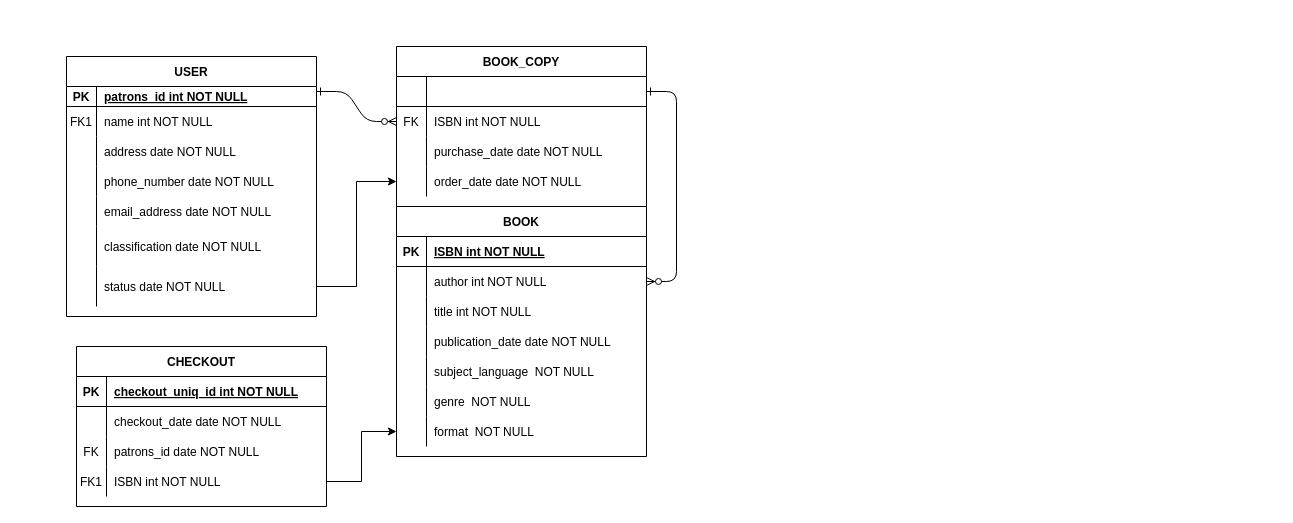
JaikishanMK0701/Projects keeps this draw.io diagram as Untitled Diagram.drawio. Above is the earlier version. Source tidied: cells renumbered, new cells numbered last; positions are measured from the earlier drawing's top-left corner, leaving out a move shared by most shapes. Both pictures are drawn from the tidied source at 100%, with x=0, y=0 at pixel (66, 46).
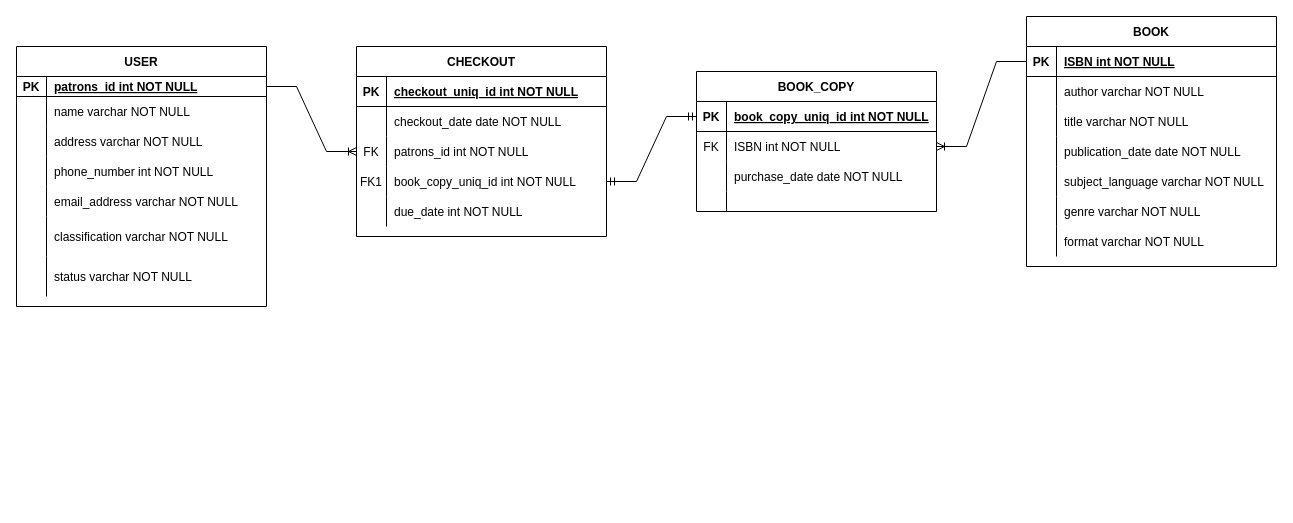
After the change.

The change refers to these unchanged cells:
```xml
<mxCell id="18" style="shape=partialRectangle;fillColor=none;points=[[0,0.5],[1,0.5]];portConstraint=eastwest;top=0;left=0;right=0;bottom=1;" parent="17" vertex="1">
  <mxGeometry y="30" width="250" height="30" as="geometry" />
</mxCell>
<mxCell id="21" style="shape=partialRectangle;fillColor=none;points=[[0,0.5],[1,0.5]];portConstraint=eastwest;top=0;left=0;right=0;bottom=0;" parent="17" vertex="1">
  <mxGeometry y="60" width="250" height="30" as="geometry" />
</mxCell>
<mxCell id="24" style="shape=partialRectangle;fillColor=none;top=0;left=0;right=0;bottom=0;" parent="17" vertex="1">
  <mxGeometry y="90" width="250" height="30" as="geometry" />
</mxCell>
<mxCell id="30" style="shape=partialRectangle;fillColor=none;top=0;left=0;right=0;bottom=0;" parent="17" vertex="1">
  <mxGeometry y="150" width="250" height="30" as="geometry" />
</mxCell>
<mxCell id="33" style="shape=partialRectangle;fillColor=none;top=0;left=0;right=0;bottom=0;" parent="17" vertex="1">
  <mxGeometry y="180" width="250" height="30" as="geometry" />
</mxCell>
<mxCell id="36" style="shape=partialRectangle;fillColor=none;points=[[0,0.5],[1,0.5]];portConstraint=eastwest;top=0;left=0;right=0;bottom=0;" parent="17" vertex="1">
  <mxGeometry y="210" width="250" height="30" as="geometry" />
</mxCell>
<mxCell id="46" style="shape=partialRectangle;fillColor=none;points=[[0,0.5],[1,0.5]];portConstraint=eastwest;top=0;left=0;right=0;bottom=0;" parent="39" vertex="1">
  <mxGeometry y="90" width="250" height="30" as="geometry" />
</mxCell>
<mxCell id="53" style="shape=partialRectangle;fillColor=none;points=[[0,0.5],[1,0.5]];portConstraint=eastwest;top=0;left=0;right=0;bottom=1;" parent="52" vertex="1">
  <mxGeometry y="30" width="250" height="20" as="geometry" />
</mxCell>
<mxCell id="56" style="shape=partialRectangle;fillColor=none;top=0;left=0;right=0;bottom=0;" parent="52" vertex="1">
  <mxGeometry y="50" width="250" height="30" as="geometry" />
</mxCell>
<mxCell id="59" style="shape=partialRectangle;fillColor=none;top=0;left=0;right=0;bottom=0;" parent="52" vertex="1">
  <mxGeometry y="80" width="250" height="30" as="geometry" />
</mxCell>
<mxCell id="62" style="shape=partialRectangle;fillColor=none;top=0;left=0;right=0;bottom=0;" parent="52" vertex="1">
  <mxGeometry y="110" width="250" height="30" as="geometry" />
</mxCell>
<mxCell id="65" style="shape=partialRectangle;fillColor=none;top=0;left=0;right=0;bottom=0;" parent="52" vertex="1">
  <mxGeometry y="140" width="250" height="30" as="geometry" />
</mxCell>
<mxCell id="68" style="shape=partialRectangle;fillColor=none;top=0;left=0;right=0;bottom=0;" parent="52" vertex="1">
  <mxGeometry y="170" width="250" height="40" as="geometry" />
</mxCell>
<mxCell id="71" style="shape=partialRectangle;fillColor=none;points=[[0,0.5],[1,0.5]];portConstraint=eastwest;top=0;left=0;right=0;bottom=0;" parent="52" vertex="1">
  <mxGeometry y="210" width="250" height="40" as="geometry" />
</mxCell>
```

Change to the diagram source:
```diff
@@
-    <mxCell id="2" style="edgeStyle=entityRelationEdgeStyle;endArrow=ERzeroToMany;startArrow=ERone;endFill=1;startFill=0;" parent="1" edge="1" target="8">
-      <mxGeometry relative="1" as="geometry">
-        <mxPoint x="250" y="45" as="sourcePoint" />
-      </mxGeometry>
-    </mxCell>
-    <mxCell id="3" style="edgeStyle=entityRelationEdgeStyle;endArrow=ERzeroToMany;startArrow=ERone;endFill=1;startFill=0;" parent="1" edge="1" source="5" target="21">
-      <mxGeometry relative="1" as="geometry" />
-    </mxCell>
     <mxCell id="4" value="BOOK_COPY" style="shape=table;startSize=30;childLayout=tableLayout;rowLines=0;fontStyle=1;align=center;" parent="1" vertex="1">
-      <mxGeometry x="330" width="250" height="160" as="geometry" />
+      <mxGeometry x="630" y="25" width="240" height="140" as="geometry" />
     </mxCell>
     <mxCell id="5" style="shape=partialRectangle;fillColor=none;points=[[0,0.5],[1,0.5]];portConstraint=eastwest;top=0;left=0;right=0;bottom=1;" parent="4" vertex="1">
-      <mxGeometry y="30" width="250" height="30" as="geometry" />
+      <mxGeometry y="30" width="240" height="30" as="geometry" />
     </mxCell>
-    <mxCell id="6" style="shape=partialRectangle;overflow=hidden;fillColor=none;top=0;left=0;bottom=0;right=0;fontStyle=1;" parent="5" vertex="1">
+    <mxCell id="6" value="PK" style="shape=partialRectangle;overflow=hidden;fillColor=none;top=0;left=0;bottom=0;right=0;fontStyle=1;" parent="5" vertex="1">
       <mxGeometry width="30" height="30" as="geometry" />
     </mxCell>
-    <mxCell id="7" style="shape=partialRectangle;overflow=hidden;fillColor=none;top=0;left=0;bottom=0;right=0;align=left;spacingLeft=6;fontStyle=5;" parent="5" vertex="1">
-      <mxGeometry x="30" width="220" height="30" as="geometry" />
+    <mxCell id="7" value="book_copy_uniq_id int NOT NULL" style="shape=partialRectangle;overflow=hidden;fillColor=none;top=0;left=0;bottom=0;right=0;align=left;spacingLeft=6;fontStyle=5;" parent="5" vertex="1">
+      <mxGeometry x="30" width="210" height="30" as="geometry" />
     </mxCell>
     <mxCell id="8" style="shape=partialRectangle;fillColor=none;points=[[0,0.5],[1,0.5]];portConstraint=eastwest;top=0;left=0;right=0;bottom=0;" parent="4" vertex="1">
-      <mxGeometry y="60" width="250" height="30" as="geometry" />
+      <mxGeometry y="60" width="240" height="30" as="geometry" />
     </mxCell>
@@
     <mxCell id="10" value="ISBN int NOT NULL" style="shape=partialRectangle;overflow=hidden;fillColor=none;top=0;left=0;bottom=0;right=0;align=left;spacingLeft=6;" parent="8" vertex="1">
-      <mxGeometry x="30" width="220" height="30" as="geometry" />
+      <mxGeometry x="30" width="210" height="30" as="geometry" />
     </mxCell>
     <mxCell id="11" style="shape=partialRectangle;fillColor=none;top=0;left=0;right=0;bottom=0;" parent="4" vertex="1">
-      <mxGeometry y="90" width="250" height="30" as="geometry" />
+      <mxGeometry y="90" width="240" height="30" as="geometry" />
     </mxCell>
@@
     <mxCell id="13" value="purchase_date date NOT NULL" style="shape=partialRectangle;overflow=hidden;fillColor=none;top=0;left=0;bottom=0;right=0;align=left;spacingLeft=6;" parent="11" vertex="1">
-      <mxGeometry x="30" width="220" height="30" as="geometry" />
+      <mxGeometry x="30" width="210" height="30" as="geometry" />
     </mxCell>
     <mxCell id="14" style="shape=partialRectangle;fillColor=none;points=[[0,0.5],[1,0.5]];portConstraint=eastwest;top=0;left=0;right=0;bottom=0;" parent="4" vertex="1">
-      <mxGeometry y="120" width="250" height="30" as="geometry" />
+      <mxGeometry y="120" width="240" height="20" as="geometry" />
     </mxCell>
     <mxCell id="15" style="shape=partialRectangle;overflow=hidden;fillColor=none;top=0;left=0;bottom=0;right=0;" parent="14" vertex="1">
-      <mxGeometry width="30" height="30" as="geometry" />
+      <mxGeometry width="30" height="20" as="geometry" />
     </mxCell>
-    <mxCell id="16" value="order_date date NOT NULL" style="shape=partialRectangle;overflow=hidden;fillColor=none;top=0;left=0;bottom=0;right=0;align=left;spacingLeft=6;" parent="14" vertex="1">
-      <mxGeometry x="30" width="220" height="30" as="geometry" />
+    <mxCell id="16" style="shape=partialRectangle;overflow=hidden;fillColor=none;top=0;left=0;bottom=0;right=0;align=left;spacingLeft=6;" parent="14" vertex="1">
+      <mxGeometry x="30" width="210" height="20" as="geometry" />
     </mxCell>
     <mxCell id="17" value="BOOK" style="shape=table;startSize=30;childLayout=tableLayout;rowLines=0;fontStyle=1;align=center;" parent="1" vertex="1">
-      <mxGeometry x="330" y="160" width="250" height="250" as="geometry" />
+      <mxGeometry x="960" y="-30" width="250" height="250" as="geometry" />
     </mxCell>
@@
-    <mxCell id="23" value="author int NOT NULL" style="shape=partialRectangle;overflow=hidden;fillColor=none;top=0;left=0;bottom=0;right=0;align=left;spacingLeft=6;" parent="21" vertex="1">
+    <mxCell id="23" value="author varchar NOT NULL" style="shape=partialRectangle;overflow=hidden;fillColor=none;top=0;left=0;bottom=0;right=0;align=left;spacingLeft=6;" parent="21" vertex="1">
       <mxGeometry x="30" width="220" height="30" as="geometry" />
     </mxCell>
@@
-    <mxCell id="26" value="title int NOT NULL" style="shape=partialRectangle;overflow=hidden;fillColor=none;top=0;left=0;bottom=0;right=0;align=left;spacingLeft=6;" parent="24" vertex="1">
+    <mxCell id="26" value="title varchar NOT NULL" style="shape=partialRectangle;overflow=hidden;fillColor=none;top=0;left=0;bottom=0;right=0;align=left;spacingLeft=6;" parent="24" vertex="1">
       <mxGeometry x="30" width="220" height="30" as="geometry" />
     </mxCell>
@@
-    <mxCell id="32" value="subject_language  NOT NULL" style="shape=partialRectangle;overflow=hidden;fillColor=none;top=0;left=0;bottom=0;right=0;align=left;spacingLeft=6;" parent="30" vertex="1">
+    <mxCell id="32" value="subject_language varchar NOT NULL" style="shape=partialRectangle;overflow=hidden;fillColor=none;top=0;left=0;bottom=0;right=0;align=left;spacingLeft=6;" parent="30" vertex="1">
       <mxGeometry x="30" width="220" height="30" as="geometry" />
     </mxCell>
@@
-    <mxCell id="35" value="genre  NOT NULL" style="shape=partialRectangle;overflow=hidden;fillColor=none;top=0;left=0;bottom=0;right=0;align=left;spacingLeft=6;" parent="33" vertex="1">
+    <mxCell id="35" value="genre varchar NOT NULL" style="shape=partialRectangle;overflow=hidden;fillColor=none;top=0;left=0;bottom=0;right=0;align=left;spacingLeft=6;" parent="33" vertex="1">
       <mxGeometry x="30" width="220" height="30" as="geometry" />
     </mxCell>
@@
-    <mxCell id="38" value="format  NOT NULL" style="shape=partialRectangle;overflow=hidden;fillColor=none;top=0;left=0;bottom=0;right=0;align=left;spacingLeft=6;" parent="36" vertex="1">
+    <mxCell id="38" value="format varchar NOT NULL" style="shape=partialRectangle;overflow=hidden;fillColor=none;top=0;left=0;bottom=0;right=0;align=left;spacingLeft=6;" parent="36" vertex="1">
       <mxGeometry x="30" width="220" height="30" as="geometry" />
     </mxCell>
     <mxCell id="39" value="CHECKOUT" style="shape=table;startSize=30;childLayout=tableLayout;rowLines=0;fontStyle=1;align=center;" parent="1" vertex="1">
-      <mxGeometry x="10" y="300" width="250" height="160" as="geometry" />
+      <mxGeometry x="290" width="250" height="190" as="geometry" />
     </mxCell>
@@
-    <mxCell id="48" value="patrons_id date NOT NULL" style="shape=partialRectangle;overflow=hidden;fillColor=none;top=0;left=0;bottom=0;right=0;align=left;spacingLeft=6;" parent="46" vertex="1">
+    <mxCell id="48" value="patrons_id int NOT NULL" style="shape=partialRectangle;overflow=hidden;fillColor=none;top=0;left=0;bottom=0;right=0;align=left;spacingLeft=6;" parent="46" vertex="1">
       <mxGeometry x="30" width="220" height="30" as="geometry" />
     </mxCell>
+    <mxCell id="76" style="shape=partialRectangle;fillColor=none;points=[[0,0.5],[1,0.5]];portConstraint=eastwest;top=0;left=0;right=0;bottom=0;" parent="39" vertex="1">
+      <mxGeometry y="120" width="250" height="30" as="geometry" />
+    </mxCell>
+    <mxCell id="77" value="FK1" style="shape=partialRectangle;overflow=hidden;fillColor=none;top=0;left=0;bottom=0;right=0;" parent="76" vertex="1">
+      <mxGeometry width="30" height="30" as="geometry" />
+    </mxCell>
+    <mxCell id="78" value="book_copy_uniq_id int NOT NULL" style="shape=partialRectangle;overflow=hidden;fillColor=none;top=0;left=0;bottom=0;right=0;align=left;spacingLeft=6;" parent="76" vertex="1">
+      <mxGeometry x="30" width="220" height="30" as="geometry" />
+    </mxCell>
     <mxCell id="49" style="shape=partialRectangle;fillColor=none;points=[[0,0.5],[1,0.5]];portConstraint=eastwest;top=0;left=0;right=0;bottom=0;" parent="39" vertex="1">
-      <mxGeometry y="120" width="250" height="30" as="geometry" />
+      <mxGeometry y="150" width="250" height="30" as="geometry" />
     </mxCell>
-    <mxCell id="50" value="FK1" style="shape=partialRectangle;overflow=hidden;fillColor=none;top=0;left=0;bottom=0;right=0;" parent="49" vertex="1">
+    <mxCell id="50" style="shape=partialRectangle;overflow=hidden;fillColor=none;top=0;left=0;bottom=0;right=0;" parent="49" vertex="1">
       <mxGeometry width="30" height="30" as="geometry" />
     </mxCell>
-    <mxCell id="51" value="ISBN int NOT NULL" style="shape=partialRectangle;overflow=hidden;fillColor=none;top=0;left=0;bottom=0;right=0;align=left;spacingLeft=6;" parent="49" vertex="1">
+    <mxCell id="51" value="due_date int NOT NULL" style="shape=partialRectangle;overflow=hidden;fillColor=none;top=0;left=0;bottom=0;right=0;align=left;spacingLeft=6;" parent="49" vertex="1">
       <mxGeometry x="30" width="220" height="30" as="geometry" />
     </mxCell>
     <mxCell id="52" value="USER" style="shape=table;startSize=30;childLayout=tableLayout;rowLines=0;fontStyle=1;align=center;" parent="1" vertex="1">
-      <mxGeometry y="10" width="250" height="260" as="geometry" />
+      <mxGeometry x="-50" width="250" height="260" as="geometry" />
     </mxCell>
@@
-    <mxCell id="57" value="FK1" style="shape=partialRectangle;overflow=hidden;fillColor=none;top=0;left=0;bottom=0;right=0;" parent="56" vertex="1">
+    <mxCell id="57" style="shape=partialRectangle;overflow=hidden;fillColor=none;top=0;left=0;bottom=0;right=0;" parent="56" vertex="1">
       <mxGeometry width="30" height="30" as="geometry" />
     </mxCell>
-    <mxCell id="58" value="name int NOT NULL" style="shape=partialRectangle;overflow=hidden;fillColor=none;top=0;left=0;bottom=0;right=0;align=left;spacingLeft=6;" parent="56" vertex="1">
+    <mxCell id="58" value="name varchar NOT NULL" style="shape=partialRectangle;overflow=hidden;fillColor=none;top=0;left=0;bottom=0;right=0;align=left;spacingLeft=6;" parent="56" vertex="1">
       <mxGeometry x="30" width="220" height="30" as="geometry" />
     </mxCell>
@@
-    <mxCell id="61" value="address date NOT NULL" style="shape=partialRectangle;overflow=hidden;fillColor=none;top=0;left=0;bottom=0;right=0;align=left;spacingLeft=6;" parent="59" vertex="1">
+    <mxCell id="61" value="address varchar NOT NULL" style="shape=partialRectangle;overflow=hidden;fillColor=none;top=0;left=0;bottom=0;right=0;align=left;spacingLeft=6;" parent="59" vertex="1">
       <mxGeometry x="30" width="220" height="30" as="geometry" />
     </mxCell>
@@
-    <mxCell id="64" value="phone_number date NOT NULL" style="shape=partialRectangle;overflow=hidden;fillColor=none;top=0;left=0;bottom=0;right=0;align=left;spacingLeft=6;" parent="62" vertex="1">
+    <mxCell id="64" value="phone_number int NOT NULL" style="shape=partialRectangle;overflow=hidden;fillColor=none;top=0;left=0;bottom=0;right=0;align=left;spacingLeft=6;" parent="62" vertex="1">
       <mxGeometry x="30" width="220" height="30" as="geometry" />
     </mxCell>
@@
-    <mxCell id="67" value="email_address date NOT NULL" style="shape=partialRectangle;overflow=hidden;fillColor=none;top=0;left=0;bottom=0;right=0;align=left;spacingLeft=6;" parent="65" vertex="1">
+    <mxCell id="67" value="email_address varchar NOT NULL" style="shape=partialRectangle;overflow=hidden;fillColor=none;top=0;left=0;bottom=0;right=0;align=left;spacingLeft=6;" parent="65" vertex="1">
       <mxGeometry x="30" width="220" height="30" as="geometry" />
     </mxCell>
@@
-    <mxCell id="70" value="classification date NOT NULL" style="shape=partialRectangle;overflow=hidden;fillColor=none;top=0;left=0;bottom=0;right=0;align=left;spacingLeft=6;" parent="68" vertex="1">
+    <mxCell id="70" value="classification varchar NOT NULL" style="shape=partialRectangle;overflow=hidden;fillColor=none;top=0;left=0;bottom=0;right=0;align=left;spacingLeft=6;" parent="68" vertex="1">
       <mxGeometry x="30" width="220" height="40" as="geometry" />
     </mxCell>
@@
-    <mxCell id="73" value="status date NOT NULL" style="shape=partialRectangle;overflow=hidden;fillColor=none;top=0;left=0;bottom=0;right=0;align=left;spacingLeft=6;" parent="71" vertex="1">
+    <mxCell id="73" value="status varchar NOT NULL" style="shape=partialRectangle;overflow=hidden;fillColor=none;top=0;left=0;bottom=0;right=0;align=left;spacingLeft=6;" parent="71" vertex="1">
       <mxGeometry x="30" width="220" height="40" as="geometry" />
     </mxCell>
-    <mxCell id="74" style="edgeStyle=orthogonalEdgeStyle;rounded=0;jettySize=auto;html=1;" parent="1" edge="1" source="71" target="14">
-      <mxGeometry relative="1" as="geometry" />
-    </mxCell>
-    <mxCell id="75" style="edgeStyle=orthogonalEdgeStyle;rounded=0;jettySize=auto;html=1;" parent="1" edge="1" source="49" target="36">
-      <mxGeometry relative="1" as="geometry" />
-    </mxCell>
+    <mxCell id="79" style="edgeStyle=entityRelationEdgeStyle;fontSize=12;html=1;endArrow=ERmandOne;startArrow=ERmandOne;rounded=0;entryX=1;entryY=0.5;entryDx=0;entryDy=0;exitX=0;exitY=0.5;exitDx=0;exitDy=0;" parent="1" edge="1" source="5" target="76">
+      <mxGeometry relative="1" as="geometry" />
+    </mxCell>
+    <mxCell id="80" style="edgeStyle=entityRelationEdgeStyle;fontSize=12;html=1;endArrow=ERoneToMany;rounded=0;exitX=0;exitY=0.5;exitDx=0;exitDy=0;entryX=1;entryY=0.5;entryDx=0;entryDy=0;" parent="1" edge="1" source="18" target="8">
+      <mxGeometry relative="1" as="geometry" />
+    </mxCell>
+    <mxCell id="81" style="edgeStyle=entityRelationEdgeStyle;fontSize=12;html=1;endArrow=ERoneToMany;rounded=0;exitX=1;exitY=0.5;exitDx=0;exitDy=0;entryX=0;entryY=0.5;entryDx=0;entryDy=0;" parent="1" edge="1" source="53" target="46">
+      <mxGeometry relative="1" as="geometry" />
+    </mxCell>
```
